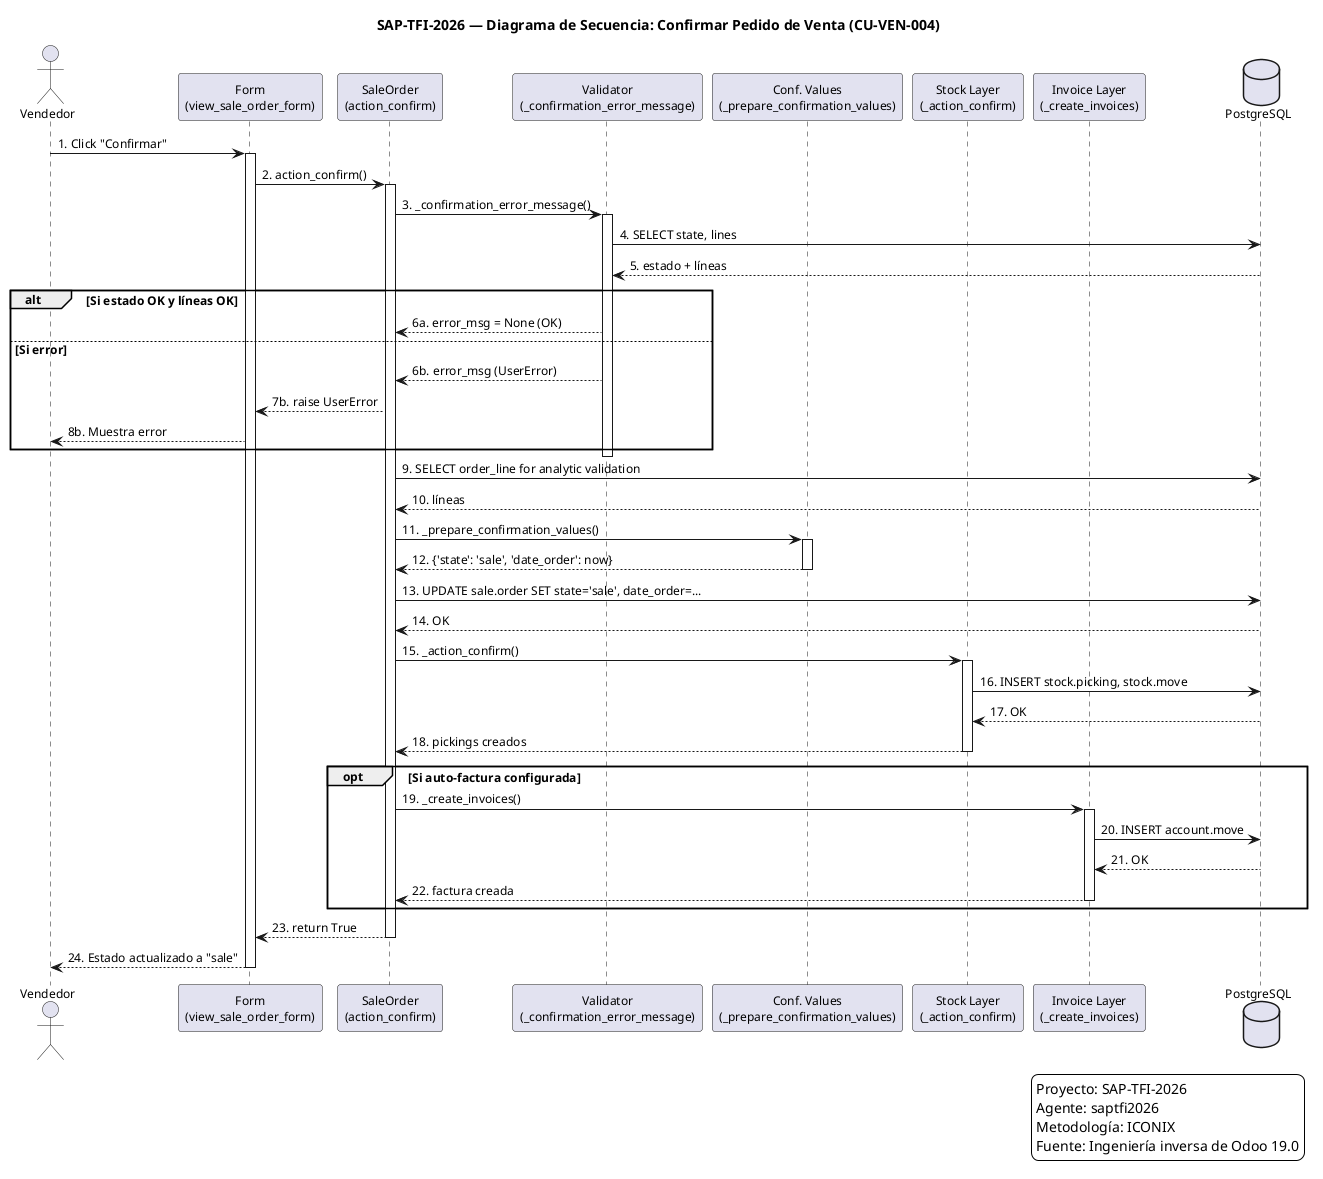
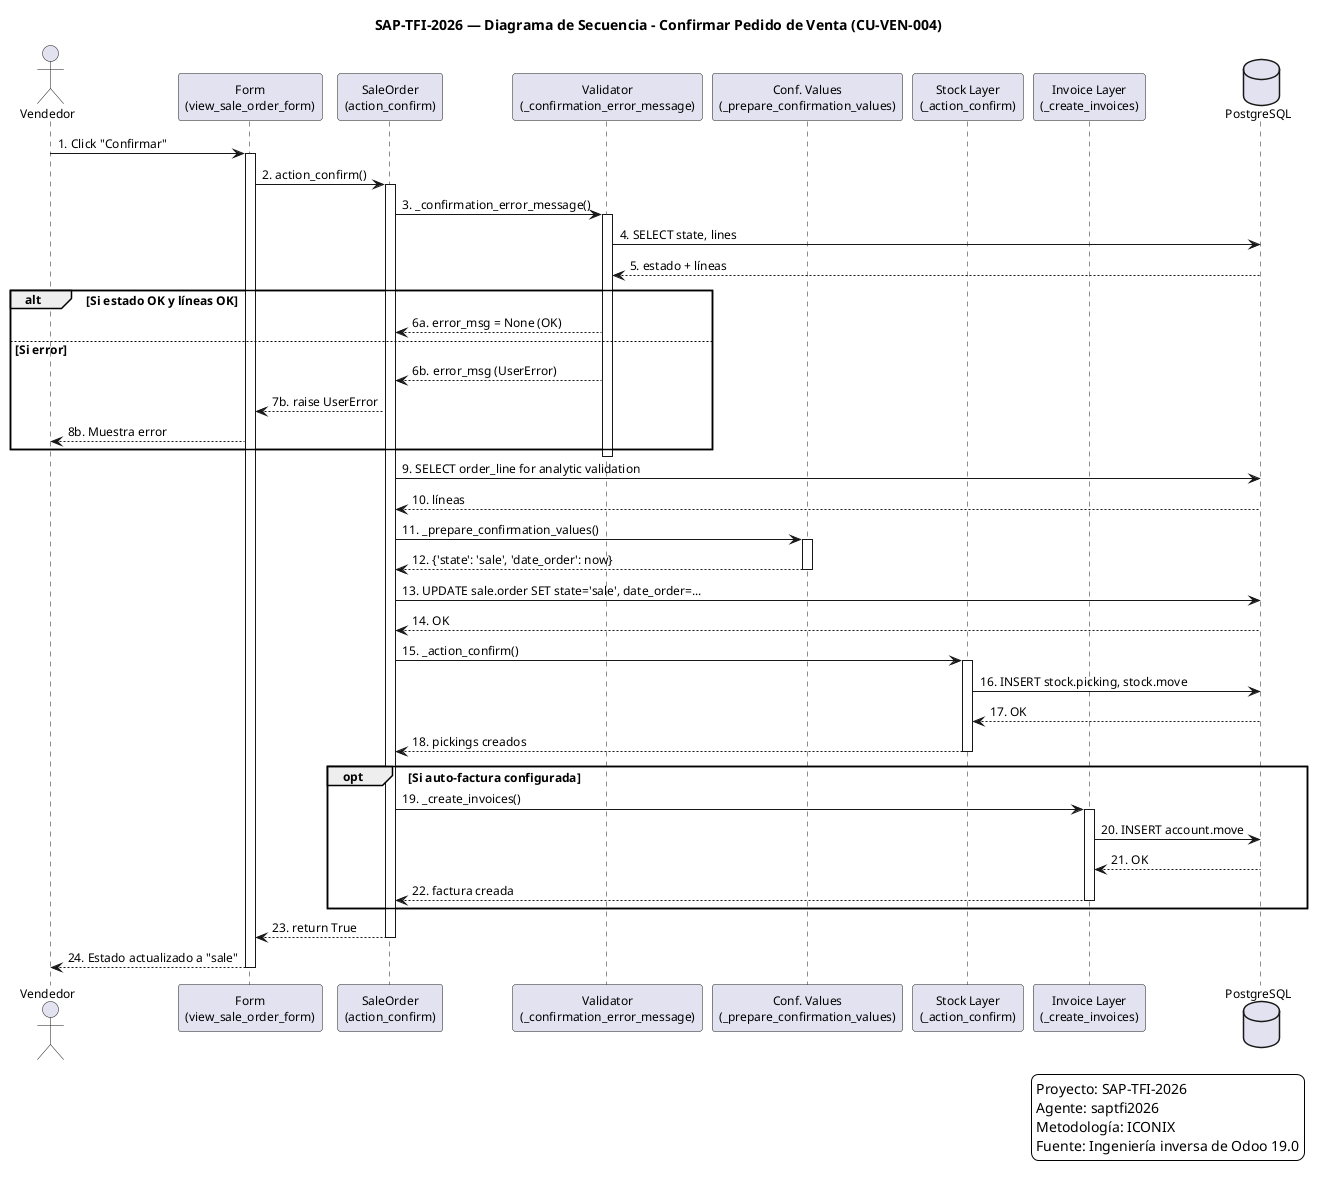
@startuml D-SEC-VEN-004 — Diagrama de Secuencia: Confirmar Pedido

- title SAP-TFI-2026 — Diagrama de Secuencia: Confirmar Pedido de Venta (CU-VEN-004)
+ title SAP-TFI-2026 — Diagrama de Secuencia - Confirmar Pedido de Venta (CU-VEN-004)

skinparam shadowing false
skinparam handwritten false
skinparam defaultFontName Arial
skinparam defaultFontSize 12
skinparam linetype ortho
skinparam backgroundColor white

actor "Vendedor" as V
participant "Form\n(view_sale_order_form)" as Form
participant "SaleOrder\n(action_confirm)" as SO
participant "Validator\n(_confirmation_error_message)" as Val
participant "Conf. Values\n(_prepare_confirmation_values)" as CV
participant "Stock Layer\n(_action_confirm)" as Stock
participant "Invoice Layer\n(_create_invoices)" as Inv
database "PostgreSQL" as DB

V -> Form : 1. Click "Confirmar"
activate Form

Form -> SO : 2. action_confirm()
activate SO

SO -> Val : 3. _confirmation_error_message()
activate Val
Val -> DB : 4. SELECT state, lines
DB --> Val : 5. estado + líneas
alt Si estado OK y líneas OK
    Val --> SO : 6a. error_msg = None (OK)
else Si error
    Val --> SO : 6b. error_msg (UserError)
    SO --> Form : 7b. raise UserError
    Form --> V : 8b. Muestra error
end
deactivate Val

SO -> DB : 9. SELECT order_line for analytic validation
DB --> SO : 10. líneas

SO -> CV : 11. _prepare_confirmation_values()
activate CV
CV --> SO : 12. {'state': 'sale', 'date_order': now}
deactivate CV

SO -> DB : 13. UPDATE sale.order SET state='sale', date_order=...
DB --> SO : 14. OK

SO -> Stock : 15. _action_confirm()
activate Stock
Stock -> DB : 16. INSERT stock.picking, stock.move
DB --> Stock : 17. OK
Stock --> SO : 18. pickings creados
deactivate Stock

opt Si auto-factura configurada
    SO -> Inv : 19. _create_invoices()
    activate Inv
    Inv -> DB : 20. INSERT account.move
    DB --> Inv : 21. OK
    Inv --> SO : 22. factura creada
    deactivate Inv
end

SO --> Form : 23. return True
deactivate SO

Form --> V : 24. Estado actualizado a "sale"
deactivate Form

legend right
Proyecto: SAP-TFI-2026
Agente: saptfi2026
Metodología: ICONIX
Fuente: Ingeniería inversa de Odoo 19.0
endlegend

@enduml